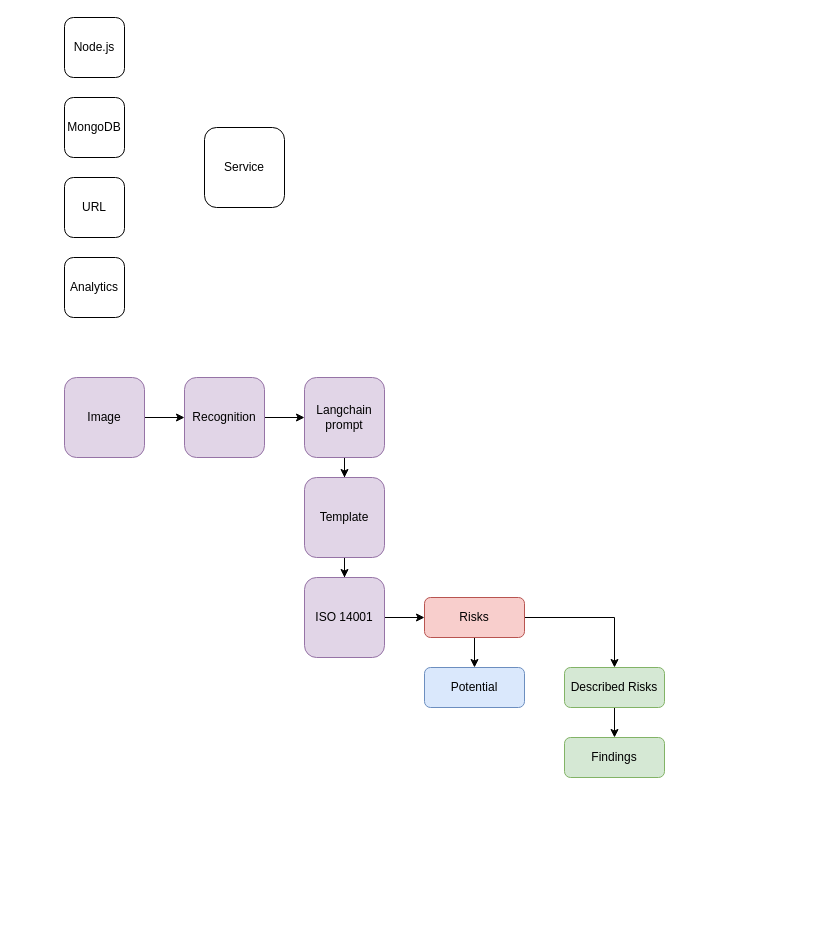
Earlier version of the draw.io diagram Untitled Diagram.drawio (beeplaced/beeplaced). Source tidied: cells renumbered, new cells numbered last; positions are measured from the earlier drawing's top-left corner, leaving out a move shared by most shapes. Both pictures are drawn from the tidied source at 100%, with x=0, y=0 at pixel (64, 17).
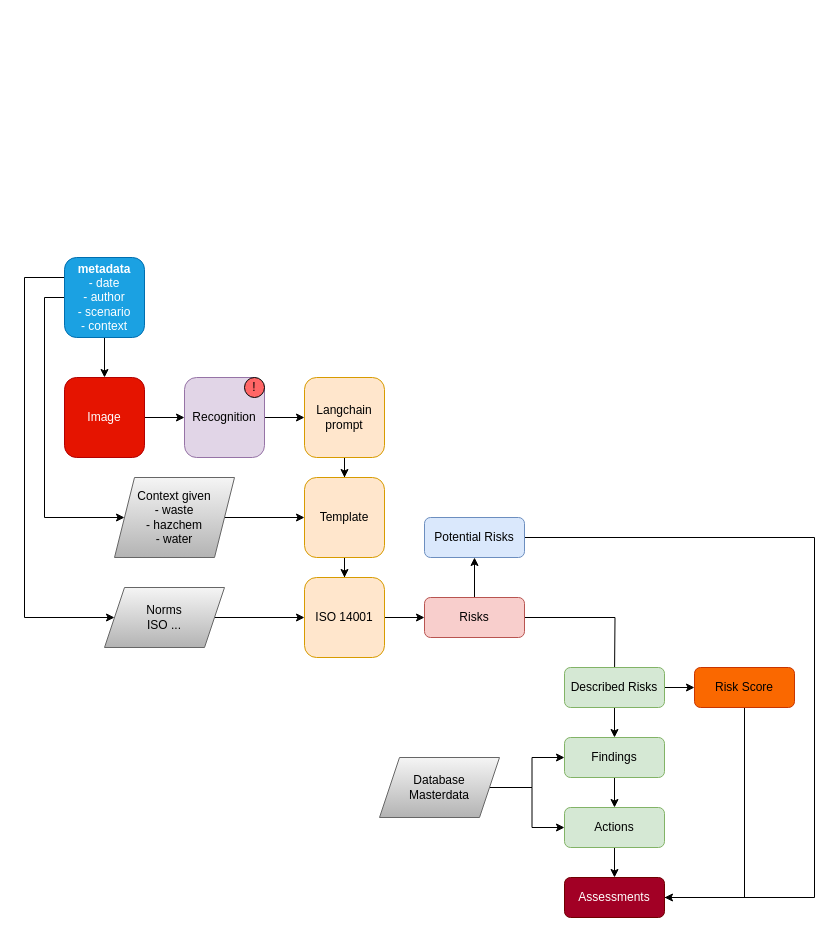
The same diagram, later.

The change refers to these unchanged cells:
```xml
<mxCell id="19" value="Risks" style="rounded=1;whiteSpace=wrap;html=1;fillColor=#f8cecc;strokeColor=#b85450;" parent="1" vertex="1">
  <mxGeometry x="360" y="580" width="100" height="40" as="geometry" />
</mxCell>
<mxCell id="20" value="Findings" style="rounded=1;whiteSpace=wrap;html=1;fillColor=#d5e8d4;strokeColor=#82b366;" parent="1" vertex="1">
  <mxGeometry x="500" y="720" width="100" height="40" as="geometry" />
</mxCell>
<mxCell id="23" value="Described Risks" style="rounded=1;whiteSpace=wrap;html=1;fillColor=#d5e8d4;strokeColor=#82b366;" parent="1" vertex="1">
  <mxGeometry x="500" y="650" width="100" height="40" as="geometry" />
</mxCell>
```

Diff of the diagram source:
```diff
@@
-    <mxCell id="2" value="Service" style="whiteSpace=wrap;html=1;rounded=1;" parent="1" vertex="1">
-      <mxGeometry x="140" y="110" width="80" height="80" as="geometry" />
-    </mxCell>
-    <mxCell id="3" value="Node.js" style="whiteSpace=wrap;html=1;rounded=1;" parent="1" vertex="1">
-      <mxGeometry width="60" height="60" as="geometry" />
-    </mxCell>
-    <mxCell id="4" value="MongoDB" style="whiteSpace=wrap;html=1;rounded=1;" parent="1" vertex="1">
-      <mxGeometry y="80" width="60" height="60" as="geometry" />
-    </mxCell>
-    <mxCell id="5" value="URL" style="whiteSpace=wrap;html=1;rounded=1;" parent="1" vertex="1">
-      <mxGeometry y="160" width="60" height="60" as="geometry" />
-    </mxCell>
-    <mxCell id="6" value="Analytics" style="whiteSpace=wrap;html=1;rounded=1;" parent="1" vertex="1">
-      <mxGeometry y="240" width="60" height="60" as="geometry" />
-    </mxCell>
@@
-    <mxCell id="8" value="Image" style="whiteSpace=wrap;html=1;rounded=1;fillColor=#e1d5e7;strokeColor=#9673a6;" parent="1" vertex="1">
+    <mxCell id="8" value="Image" style="whiteSpace=wrap;html=1;rounded=1;fillColor=#e51400;strokeColor=#B20000;fontColor=#ffffff;" parent="1" vertex="1">
       <mxGeometry y="360" width="80" height="80" as="geometry" />
     </mxCell>
@@
-    <mxCell id="12" value="Langchain prompt" style="whiteSpace=wrap;html=1;rounded=1;fillColor=#e1d5e7;strokeColor=#9673a6;" parent="1" vertex="1">
+    <mxCell id="12" value="Langchain prompt" style="whiteSpace=wrap;html=1;rounded=1;fillColor=#ffe6cc;strokeColor=#d79b00;" parent="1" vertex="1">
       <mxGeometry x="240" y="360" width="80" height="80" as="geometry" />
     </mxCell>
@@
-    <mxCell id="14" value="Template" style="whiteSpace=wrap;html=1;rounded=1;fillColor=#e1d5e7;strokeColor=#9673a6;" parent="1" vertex="1">
+    <mxCell id="14" value="Template" style="whiteSpace=wrap;html=1;rounded=1;fillColor=#ffe6cc;strokeColor=#d79b00;" parent="1" vertex="1">
       <mxGeometry x="240" y="460" width="80" height="80" as="geometry" />
     </mxCell>
@@
-    <mxCell id="16" value="ISO 14001" style="whiteSpace=wrap;html=1;rounded=1;fillColor=#e1d5e7;strokeColor=#9673a6;" parent="1" vertex="1">
+    <mxCell id="16" value="ISO 14001" style="whiteSpace=wrap;html=1;rounded=1;fillColor=#ffe6cc;strokeColor=#d79b00;" parent="1" vertex="1">
       <mxGeometry x="240" y="560" width="80" height="80" as="geometry" />
     </mxCell>
@@
-    <mxCell id="18" style="edgeStyle=orthogonalEdgeStyle;rounded=0;jettySize=auto;html=1;entryX=0.5;entryY=0;entryDx=0;entryDy=0;" parent="1" edge="1" source="19" target="23">
-      <mxGeometry relative="1" as="geometry" />
+    <mxCell id="18" style="edgeStyle=orthogonalEdgeStyle;rounded=0;jettySize=auto;html=1;" parent="1" edge="1" source="19">
+      <mxGeometry relative="1" as="geometry">
+        <mxPoint x="550" y="660" as="targetPoint" />
+      </mxGeometry>
     </mxCell>
@@
+    <mxCell id="24" style="edgeStyle=orthogonalEdgeStyle;rounded=0;jettySize=auto;html=1;" parent="1" edge="1" source="20" target="36">
+      <mxGeometry relative="1" as="geometry" />
+    </mxCell>
@@
+    <mxCell id="25" style="edgeStyle=orthogonalEdgeStyle;rounded=0;jettySize=auto;html=1;entryX=0;entryY=0.5;entryDx=0;entryDy=0;" parent="1" edge="1" source="21" target="37">
+      <mxGeometry relative="1" as="geometry">
+        <Array as="points">
+          <mxPoint x="750" y="520" />
+          <mxPoint x="750" y="880" />
+        </Array>
+      </mxGeometry>
+    </mxCell>
-    <mxCell id="21" value="Potential" style="rounded=1;whiteSpace=wrap;html=1;fillColor=#dae8fc;strokeColor=#6c8ebf;" parent="1" vertex="1">
-      <mxGeometry x="360" y="650" width="100" height="40" as="geometry" />
+    <mxCell id="21" value="Potential Risks" style="rounded=1;whiteSpace=wrap;html=1;fillColor=#dae8fc;strokeColor=#6c8ebf;" parent="1" vertex="1">
+      <mxGeometry x="360" y="500" width="100" height="40" as="geometry" />
     </mxCell>
@@
+    <mxCell id="26" style="edgeStyle=orthogonalEdgeStyle;rounded=0;jettySize=auto;html=1;" parent="1" edge="1" source="23" target="39">
+      <mxGeometry relative="1" as="geometry" />
+    </mxCell>
@@
+    <mxCell id="27" style="edgeStyle=orthogonalEdgeStyle;rounded=0;jettySize=auto;html=1;entryX=0;entryY=0.5;entryDx=0;entryDy=0;" parent="1" edge="1" source="28" target="14">
+      <mxGeometry relative="1" as="geometry" />
+    </mxCell>
+    <mxCell id="28" value="Context given&lt;div&gt;- waste&lt;/div&gt;&lt;div&gt;- hazchem&lt;/div&gt;&lt;div&gt;- water&lt;/div&gt;" style="shape=parallelogram;perimeter=parallelogramPerimeter;whiteSpace=wrap;html=1;fixedSize=1;fillColor=#f5f5f5;gradientColor=#b3b3b3;strokeColor=#666666;" parent="1" vertex="1">
+      <mxGeometry x="50" y="460" width="120" height="80" as="geometry" />
+    </mxCell>
+    <mxCell id="29" style="edgeStyle=orthogonalEdgeStyle;rounded=0;jettySize=auto;html=1;" parent="1" edge="1" source="32" target="8">
+      <mxGeometry relative="1" as="geometry" />
+    </mxCell>
+    <mxCell id="30" style="edgeStyle=orthogonalEdgeStyle;rounded=0;jettySize=auto;html=1;entryX=0;entryY=0.5;entryDx=0;entryDy=0;exitX=0;exitY=0.5;exitDx=0;exitDy=0;" parent="1" edge="1" source="32" target="28">
+      <mxGeometry relative="1" as="geometry">
+        <Array as="points">
+          <mxPoint x="-20" y="280" />
+          <mxPoint x="-20" y="500" />
+        </Array>
+      </mxGeometry>
+    </mxCell>
+    <mxCell id="31" style="edgeStyle=orthogonalEdgeStyle;rounded=0;jettySize=auto;html=1;entryX=0;entryY=0.5;entryDx=0;entryDy=0;exitX=0;exitY=0.25;exitDx=0;exitDy=0;" parent="1" edge="1" source="32" target="34">
+      <mxGeometry relative="1" as="geometry">
+        <Array as="points">
+          <mxPoint x="-40" y="260" />
+          <mxPoint x="-40" y="600" />
+        </Array>
+      </mxGeometry>
+    </mxCell>
+    <mxCell id="32" value="&lt;b&gt;metadata&lt;/b&gt;&lt;div&gt;- date&lt;/div&gt;&lt;div&gt;- author&lt;/div&gt;&lt;div&gt;- scenario&lt;/div&gt;&lt;div&gt;- context&lt;/div&gt;" style="whiteSpace=wrap;html=1;rounded=1;fillColor=#1ba1e2;fontColor=#ffffff;strokeColor=#006EAF;" parent="1" vertex="1">
+      <mxGeometry y="240" width="80" height="80" as="geometry" />
+    </mxCell>
+    <mxCell id="33" style="edgeStyle=orthogonalEdgeStyle;rounded=0;jettySize=auto;html=1;" parent="1" edge="1" source="34" target="16">
+      <mxGeometry relative="1" as="geometry" />
+    </mxCell>
+    <mxCell id="34" value="Norms&lt;div&gt;ISO ...&lt;/div&gt;" style="shape=parallelogram;perimeter=parallelogramPerimeter;whiteSpace=wrap;html=1;fixedSize=1;fillColor=#f5f5f5;gradientColor=#b3b3b3;strokeColor=#666666;" parent="1" vertex="1">
+      <mxGeometry x="40" y="570" width="120" height="60" as="geometry" />
+    </mxCell>
+    <mxCell id="35" style="edgeStyle=orthogonalEdgeStyle;rounded=0;jettySize=auto;html=1;" parent="1" edge="1" source="36" target="37">
+      <mxGeometry relative="1" as="geometry" />
+    </mxCell>
+    <mxCell id="36" value="Actions" style="rounded=1;whiteSpace=wrap;html=1;fillColor=#d5e8d4;strokeColor=#82b366;" parent="1" vertex="1">
+      <mxGeometry x="500" y="790" width="100" height="40" as="geometry" />
+    </mxCell>
+    <mxCell id="37" value="Assessments" style="rounded=1;whiteSpace=wrap;html=1;fillColor=#a20025;strokeColor=#6F0000;fontColor=#ffffff;" parent="1" vertex="1">
+      <mxGeometry x="500" y="860" width="100" height="40" as="geometry" />
+    </mxCell>
+    <mxCell id="38" style="edgeStyle=orthogonalEdgeStyle;rounded=0;jettySize=auto;html=1;entryX=1;entryY=0.5;entryDx=0;entryDy=0;exitX=0.5;exitY=1;exitDx=0;exitDy=0;" parent="1" edge="1" source="39" target="37">
+      <mxGeometry relative="1" as="geometry" />
+    </mxCell>
+    <mxCell id="39" value="Risk Score" style="rounded=1;whiteSpace=wrap;html=1;fillColor=#fa6800;strokeColor=#C73500;fontColor=#000000;" parent="1" vertex="1">
+      <mxGeometry x="630" y="650" width="100" height="40" as="geometry" />
+    </mxCell>
+    <mxCell id="40" style="edgeStyle=orthogonalEdgeStyle;rounded=0;jettySize=auto;html=1;" parent="1" edge="1" source="42" target="20">
+      <mxGeometry relative="1" as="geometry" />
+    </mxCell>
+    <mxCell id="41" style="edgeStyle=orthogonalEdgeStyle;rounded=0;jettySize=auto;html=1;entryX=0;entryY=0.5;entryDx=0;entryDy=0;" parent="1" edge="1" source="42" target="36">
+      <mxGeometry relative="1" as="geometry" />
+    </mxCell>
+    <mxCell id="42" value="Database&lt;div&gt;Masterdata&lt;/div&gt;" style="shape=parallelogram;perimeter=parallelogramPerimeter;whiteSpace=wrap;html=1;fixedSize=1;fillColor=#f5f5f5;gradientColor=#b3b3b3;strokeColor=#666666;" parent="1" vertex="1">
+      <mxGeometry x="315" y="740" width="120" height="60" as="geometry" />
+    </mxCell>
+    <mxCell id="43" value="!" style="ellipse;whiteSpace=wrap;html=1;fillColor=#FF6666;" parent="1" vertex="1">
+      <mxGeometry x="180" y="360" width="20" height="20" as="geometry" />
+    </mxCell>
```
